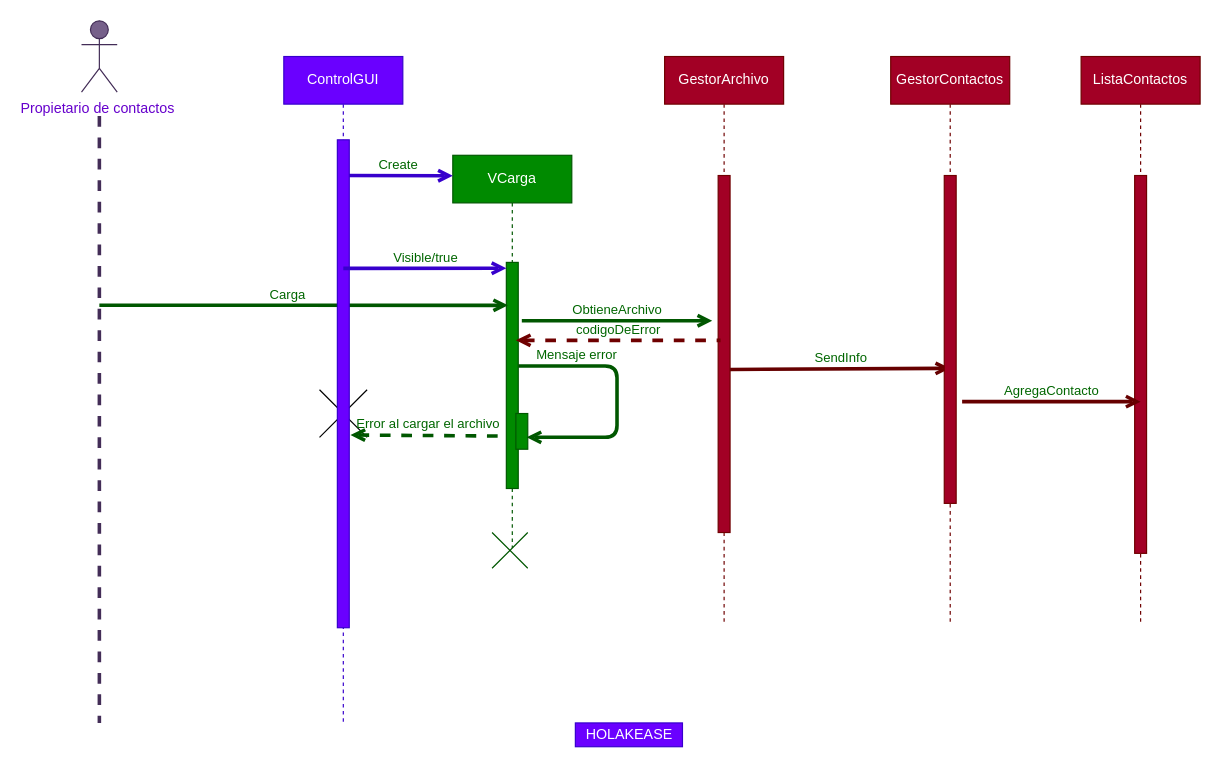
The draw.io diagram diagramas de secuencia/secuenciaC1.drawio in JuanCarlosGarciaZepeda/SmartScheduler, before the edit. Source tidied: cells renumbered, new cells numbered last; positions are measured from the earlier drawing's top-left corner, leaving out a move shared by most shapes. Both pictures are drawn from the tidied source at 119%, with x=0, y=0 at pixel (81, 20).
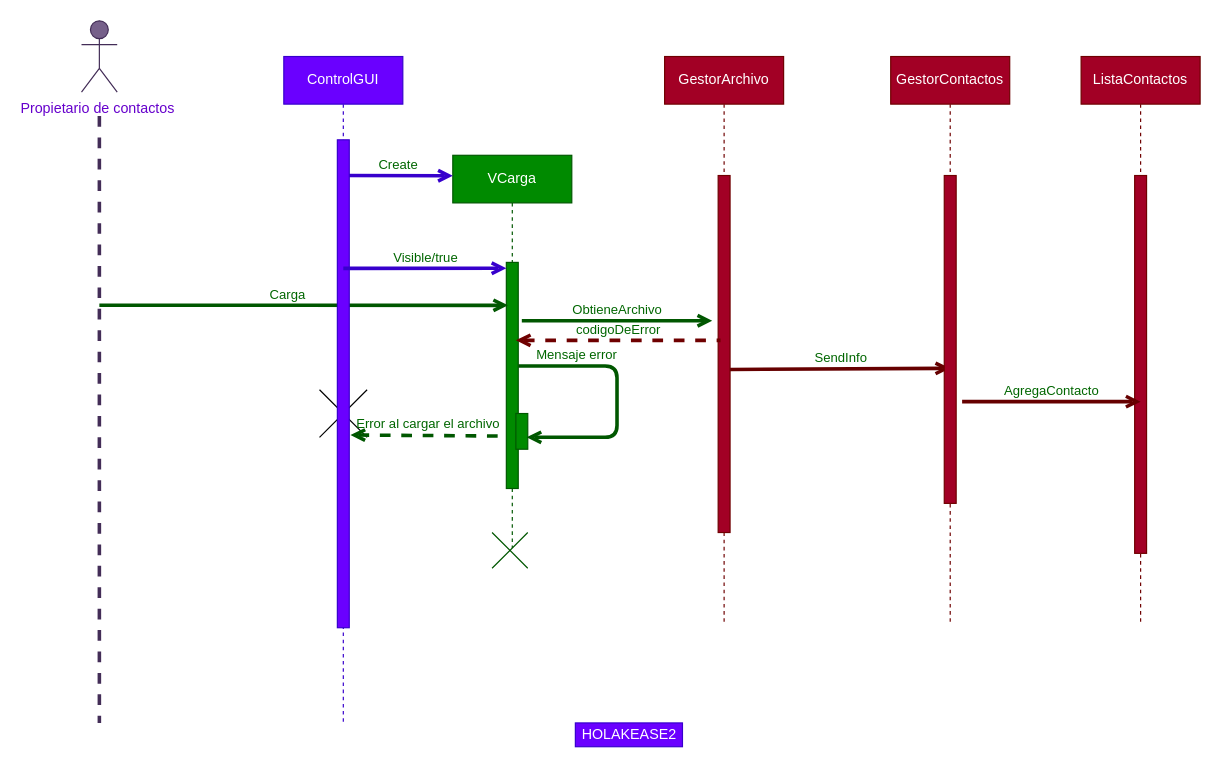
The same page after the edit.

What changed in the source:
```diff
@@
-    <mxCell id="27" value="HOLAKEASE" style="text;html=1;align=center;verticalAlign=middle;strokeColor=#3700CC;fillColor=#6a00ff;fontColor=#ffffff;" parent="1" vertex="1">
+    <mxCell id="27" value="HOLAKEASE2" style="text;html=1;align=center;verticalAlign=middle;strokeColor=#3700CC;fillColor=#6a00ff;fontColor=#ffffff;" parent="1" vertex="1">
       <mxGeometry x="415" y="590" width="90" height="20" as="geometry" />
     </mxCell>
```
